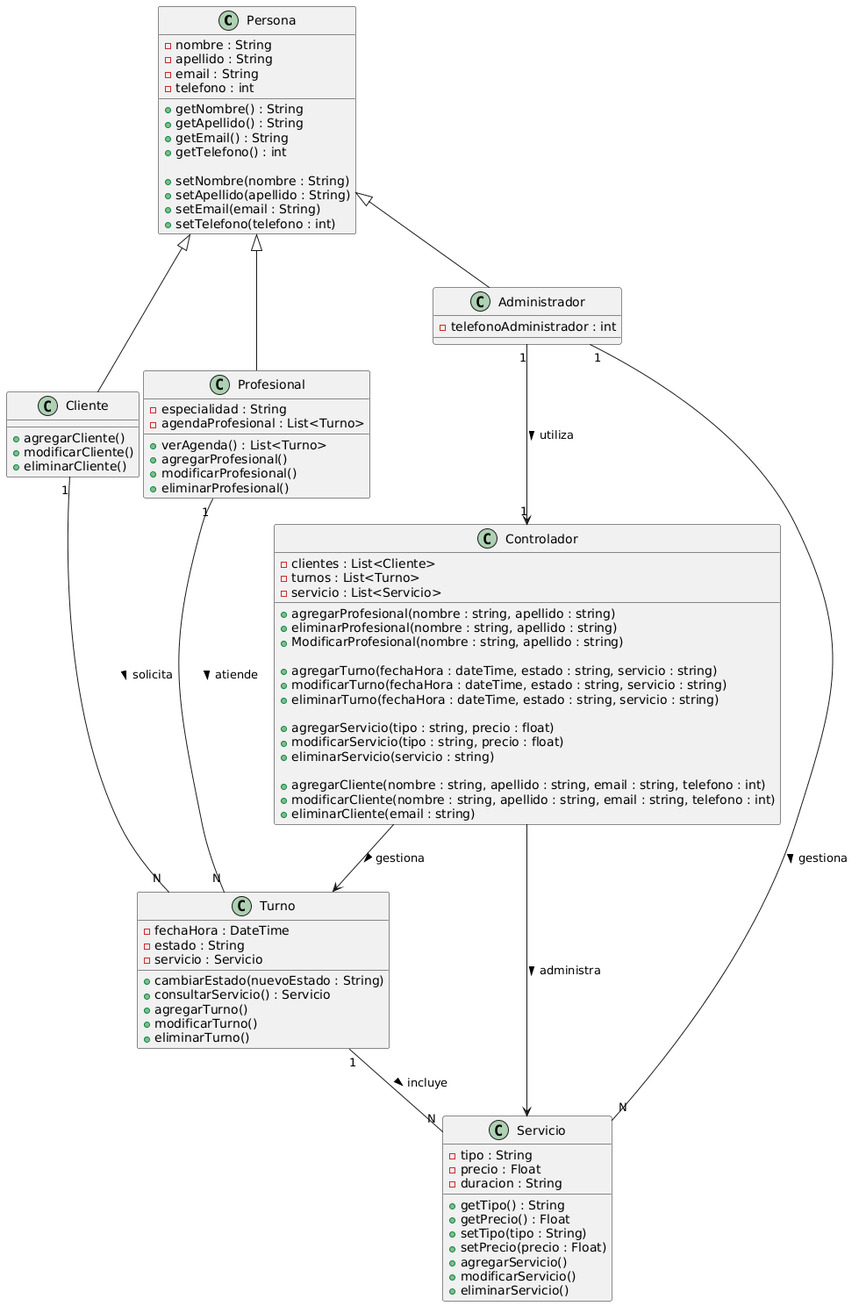
The PlantUML diagram Documentacion/06 Diagrama de clases/diagrama de clases.png in Juamppa/practica-profesionalizante-1, before a commit.
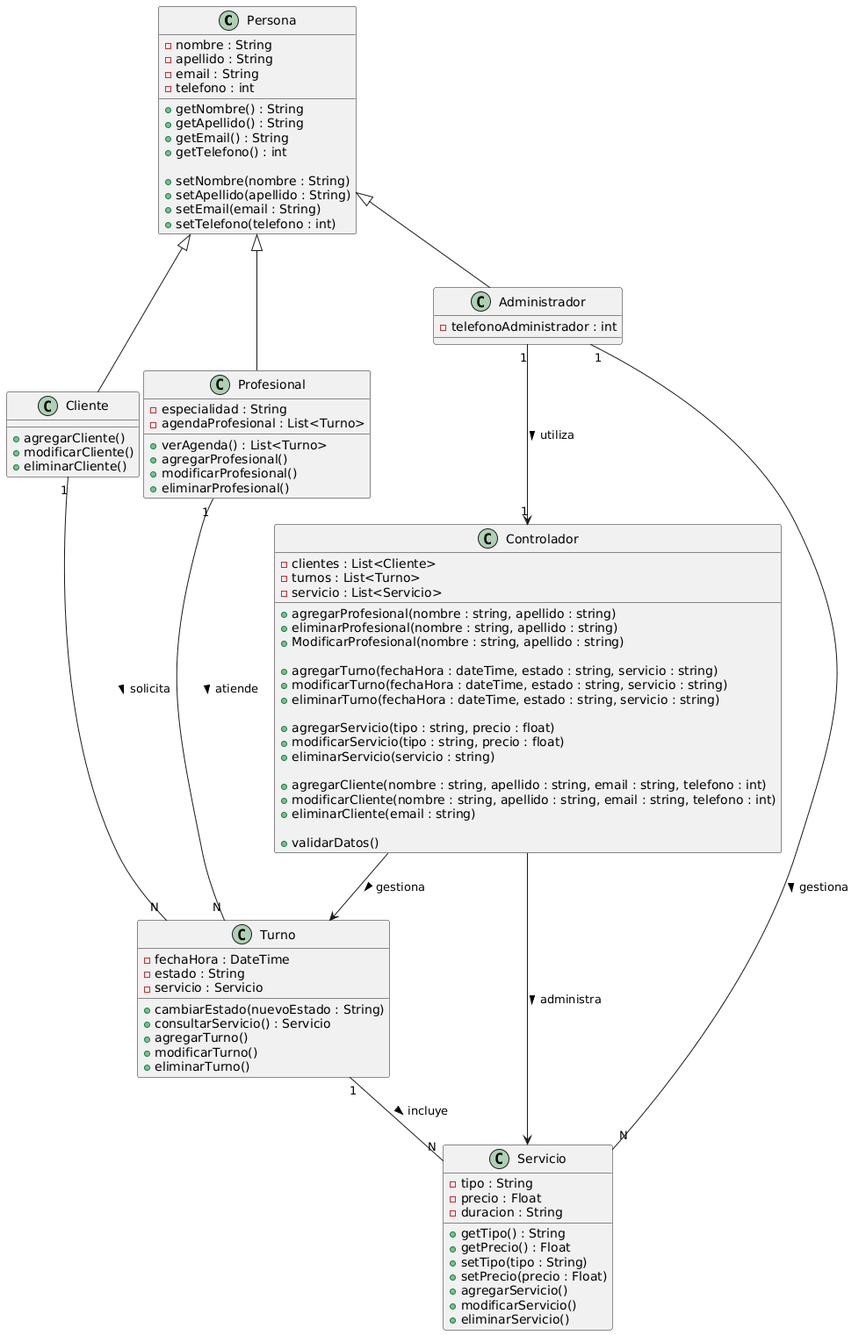
Later version of the same file.

Commit message:
cambio en diagrama de clases

agregamos el metodo "validarDatos()" en la clase controlador.

Change to the diagram source:
```diff
@@ -87,6 +87,8 @@
   + agregarCliente(nombre : string, apellido : string, email : string, telefono : int)
   + modificarCliente(nombre : string, apellido : string, email : string, telefono : int)
   + eliminarCliente(email : string)
+
+  +validarDatos()
 }
 
 Persona <|-- Cliente
```
